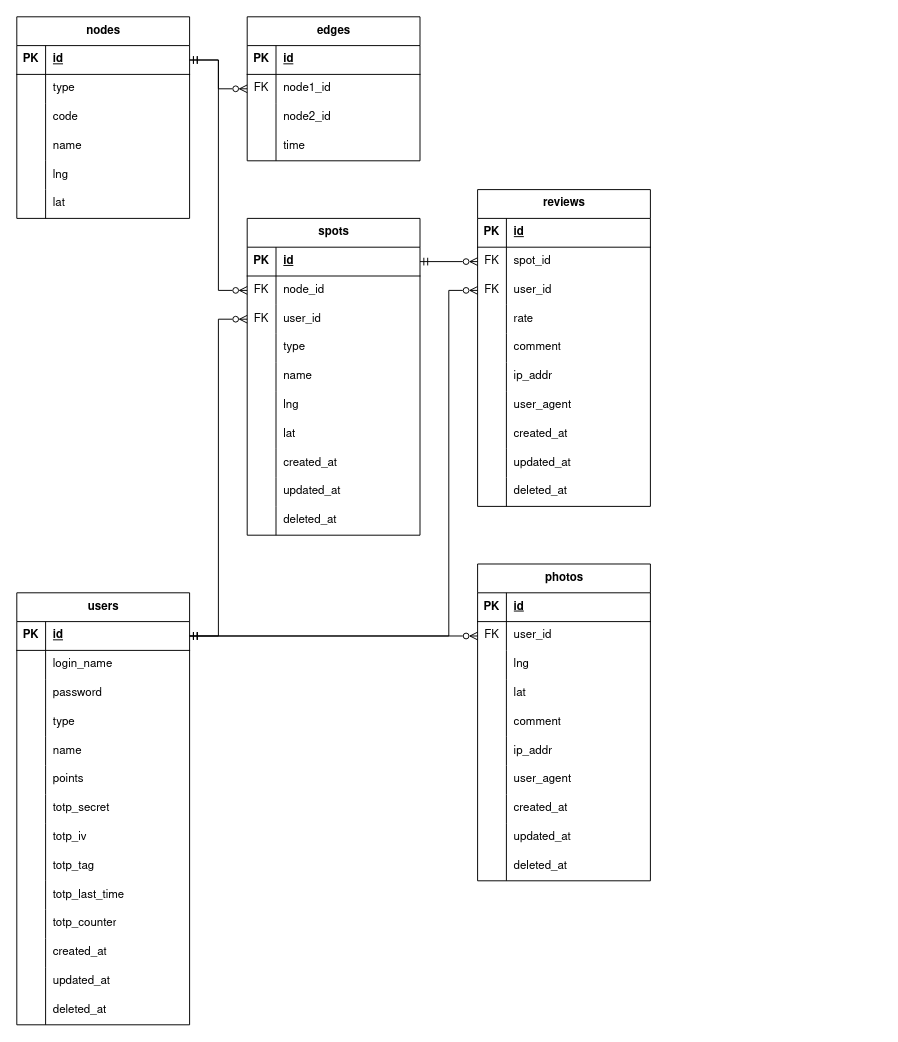
Above: docs/figure/gaibu-er.drawio in r02092/se2025 (draw.io), before the change. Source tidied: cells renumbered, new cells numbered last; positions are measured from the earlier drawing's top-left corner, leaving out a move shared by most shapes. Both pictures are drawn from the tidied source at 96%, with x=0, y=0 at pixel (16, 16).
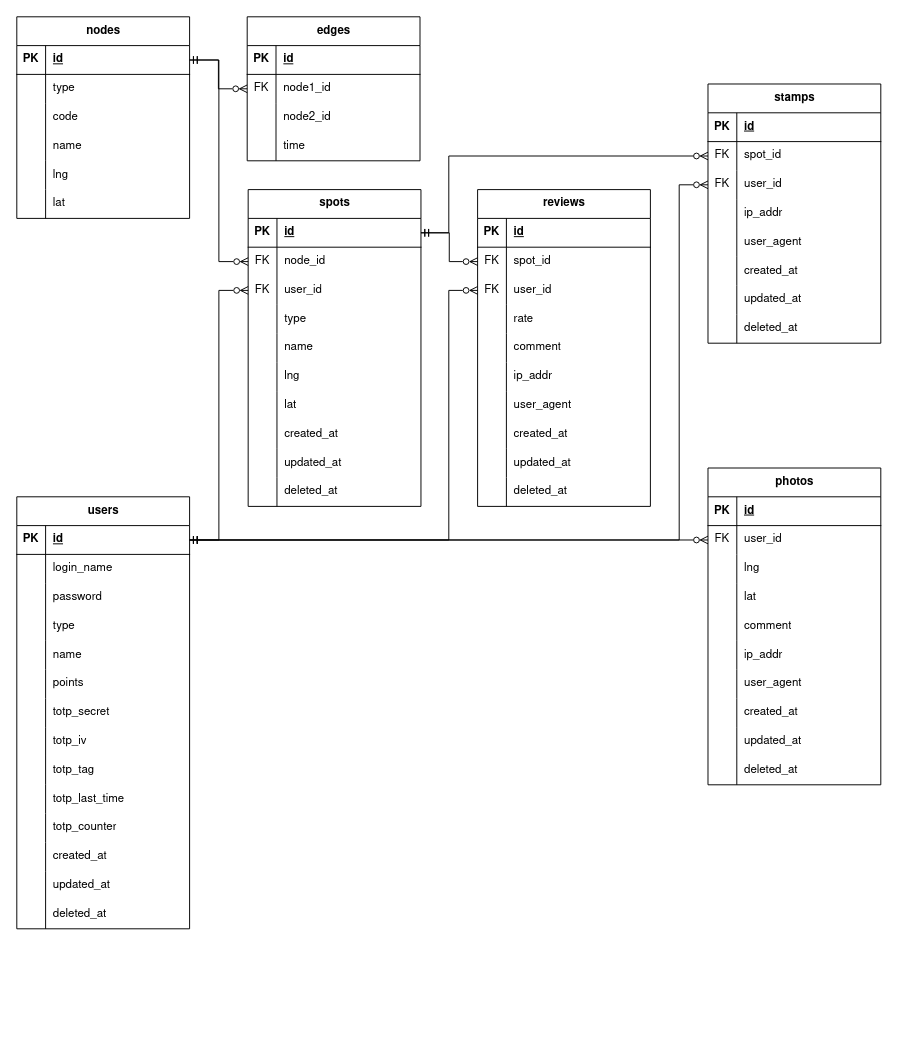
The same page after the edit.

The change refers to these unchanged cells:
```xml
<mxCell id="36" style="shape=tableRow;horizontal=0;startSize=0;swimlaneHead=0;swimlaneBody=0;fillColor=none;points=[[0,0.5],[1,0.5]];portConstraint=eastwest;top=0;left=0;right=0;bottom=1;fontFamily=Nimbus Sans;" parent="35" vertex="1">
  <mxGeometry y="30" width="180" height="30" as="geometry" />
</mxCell>
<mxCell id="42" style="shape=tableRow;horizontal=0;startSize=0;swimlaneHead=0;swimlaneBody=0;fillColor=none;points=[[0,0.5],[1,0.5]];portConstraint=eastwest;top=0;left=0;right=0;bottom=0;fontFamily=Nimbus Sans;" parent="35" vertex="1">
  <mxGeometry y="90" width="180" height="30" as="geometry" />
</mxCell>
<mxCell id="68" style="shape=tableRow;horizontal=0;startSize=0;swimlaneHead=0;swimlaneBody=0;fillColor=none;points=[[0,0.5],[1,0.5]];portConstraint=eastwest;top=0;left=0;right=0;bottom=1;fontFamily=Nimbus Sans;" parent="67" vertex="1">
  <mxGeometry y="30" width="180" height="30" as="geometry" />
</mxCell>
<mxCell id="114" style="shape=tableRow;horizontal=0;startSize=0;swimlaneHead=0;swimlaneBody=0;fillColor=none;points=[[0,0.5],[1,0.5]];portConstraint=eastwest;top=0;left=0;right=0;bottom=0;fontFamily=Nimbus Sans;" parent="110" vertex="1">
  <mxGeometry y="60" width="180" height="30" as="geometry" />
</mxCell>
<mxCell id="117" style="shape=tableRow;horizontal=0;startSize=0;swimlaneHead=0;swimlaneBody=0;fillColor=none;points=[[0,0.5],[1,0.5]];portConstraint=eastwest;top=0;left=0;right=0;bottom=0;fontFamily=Nimbus Sans;" parent="110" vertex="1">
  <mxGeometry y="90" width="180" height="30" as="geometry" />
</mxCell>
<mxCell id="146" style="shape=tableRow;horizontal=0;startSize=0;swimlaneHead=0;swimlaneBody=0;fillColor=none;points=[[0,0.5],[1,0.5]];portConstraint=eastwest;top=0;left=0;right=0;bottom=0;fontFamily=Nimbus Sans;" parent="142" vertex="1">
  <mxGeometry y="60" width="180" height="30" as="geometry" />
</mxCell>
```

The edit, as a diff of the source:
```diff
@@
     <mxCell id="35" value="spots" style="shape=table;startSize=30;childLayout=tableLayout;rowLines=0;fontStyle=1;align=center;html=1;fontFamily=Nimbus Sans;" parent="1" vertex="1">
-      <mxGeometry x="240" y="210" width="180" height="330" as="geometry" />
+      <mxGeometry x="241" y="180" width="180" height="330" as="geometry" />
     </mxCell>
@@
     <mxCell id="67" value="users" style="shape=table;startSize=30;childLayout=tableLayout;rowLines=0;fontStyle=1;align=center;html=1;fontFamily=Nimbus Sans;" parent="1" vertex="1">
-      <mxGeometry y="600" width="180" height="450" as="geometry" />
+      <mxGeometry y="500" width="180" height="450" as="geometry" />
     </mxCell>
@@
-    <mxCell id="141" style="edgeStyle=orthogonalEdgeStyle;rounded=0;jettySize=auto;html=1;exitX=1;exitY=0.5;exitDx=0;exitDy=0;entryX=0;entryY=0.5;entryDx=0;entryDy=0;startArrow=ERmandOne;startFill=0;endArrow=ERzeroToMany;endFill=0;fontFamily=Nimbus Sans;" parent="1" edge="1" source="36" target="114">
-      <mxGeometry relative="1" as="geometry" />
-    </mxCell>
     <mxCell id="142" value="photos" style="shape=table;startSize=30;childLayout=tableLayout;rowLines=0;fontStyle=1;align=center;html=1;fontFamily=Nimbus Sans;" parent="1" vertex="1">
-      <mxGeometry x="480" y="570" width="180" height="330" as="geometry" />
+      <mxGeometry x="720" y="470" width="180" height="330" as="geometry" />
     </mxCell>
@@
+    <mxCell id="174" style="edgeStyle=orthogonalEdgeStyle;rounded=0;jettySize=auto;html=1;exitX=1;exitY=0.5;exitDx=0;exitDy=0;entryX=0;entryY=0.5;entryDx=0;entryDy=0;startArrow=ERmandOne;startFill=0;endArrow=ERzeroToMany;endFill=0;fontFamily=Nimbus Sans;" parent="1" edge="1" source="68" target="42">
+      <mxGeometry relative="1" as="geometry" />
+    </mxCell>
+    <mxCell id="176" value="stamps" style="shape=table;startSize=30;childLayout=tableLayout;rowLines=0;fontStyle=1;align=center;html=1;fontFamily=Nimbus Sans;" parent="1" vertex="1">
+      <mxGeometry x="720" y="70" width="180" height="270" as="geometry" />
+    </mxCell>
+    <mxCell id="177" style="shape=tableRow;horizontal=0;startSize=0;swimlaneHead=0;swimlaneBody=0;fillColor=none;top=0;left=0;right=0;bottom=1;fontFamily=Nimbus Sans;" parent="176" vertex="1">
+      <mxGeometry y="30" width="180" height="30" as="geometry" />
+    </mxCell>
+    <mxCell id="178" value="PK" style="shape=partialRectangle;fillColor=none;top=0;left=0;bottom=0;right=0;fontStyle=1;overflow=hidden;whiteSpace=wrap;html=1;fontFamily=Nimbus Sans;" parent="177" vertex="1">
+      <mxGeometry width="30" height="30" as="geometry" />
+    </mxCell>
+    <mxCell id="179" value="id" style="shape=partialRectangle;fillColor=none;top=0;left=0;bottom=0;right=0;align=left;spacingLeft=6;fontStyle=5;overflow=hidden;whiteSpace=wrap;html=1;fontFamily=Nimbus Sans;" parent="177" vertex="1">
+      <mxGeometry x="30" width="150" height="30" as="geometry" />
+    </mxCell>
+    <mxCell id="180" style="shape=tableRow;horizontal=0;startSize=0;swimlaneHead=0;swimlaneBody=0;fillColor=none;points=[[0,0.5],[1,0.5]];portConstraint=eastwest;top=0;left=0;right=0;bottom=0;fontFamily=Nimbus Sans;" parent="176" vertex="1">
+      <mxGeometry y="60" width="180" height="30" as="geometry" />
+    </mxCell>
+    <mxCell id="181" value="FK" style="shape=partialRectangle;fillColor=none;top=0;left=0;bottom=0;right=0;overflow=hidden;whiteSpace=wrap;html=1;fontFamily=Nimbus Sans;" parent="180" vertex="1">
+      <mxGeometry width="30" height="30" as="geometry" />
+    </mxCell>
+    <mxCell id="182" value="spot_id" style="shape=partialRectangle;fillColor=none;top=0;left=0;bottom=0;right=0;align=left;spacingLeft=6;overflow=hidden;whiteSpace=wrap;html=1;fontFamily=Nimbus Sans;" parent="180" vertex="1">
+      <mxGeometry x="30" width="150" height="30" as="geometry" />
+    </mxCell>
+    <mxCell id="183" style="shape=tableRow;horizontal=0;startSize=0;swimlaneHead=0;swimlaneBody=0;fillColor=none;points=[[0,0.5],[1,0.5]];portConstraint=eastwest;top=0;left=0;right=0;bottom=0;fontFamily=Nimbus Sans;" parent="176" vertex="1">
+      <mxGeometry y="90" width="180" height="30" as="geometry" />
+    </mxCell>
+    <mxCell id="184" value="FK" style="shape=partialRectangle;fillColor=none;top=0;left=0;bottom=0;right=0;overflow=hidden;whiteSpace=wrap;html=1;fontFamily=Nimbus Sans;" parent="183" vertex="1">
+      <mxGeometry width="30" height="30" as="geometry" />
+    </mxCell>
+    <mxCell id="185" value="user_id" style="shape=partialRectangle;fillColor=none;top=0;left=0;bottom=0;right=0;align=left;spacingLeft=6;overflow=hidden;whiteSpace=wrap;html=1;fontFamily=Nimbus Sans;" parent="183" vertex="1">
+      <mxGeometry x="30" width="150" height="30" as="geometry" />
+    </mxCell>
+    <mxCell id="186" style="shape=tableRow;horizontal=0;startSize=0;swimlaneHead=0;swimlaneBody=0;fillColor=none;top=0;left=0;right=0;bottom=0;fontFamily=Nimbus Sans;" parent="176" vertex="1">
+      <mxGeometry y="120" width="180" height="30" as="geometry" />
+    </mxCell>
+    <mxCell id="187" style="shape=partialRectangle;fillColor=none;top=0;left=0;bottom=0;right=0;overflow=hidden;whiteSpace=wrap;html=1;fontFamily=Nimbus Sans;" parent="186" vertex="1">
+      <mxGeometry width="30" height="30" as="geometry" />
+    </mxCell>
+    <mxCell id="188" value="ip_addr" style="shape=partialRectangle;fillColor=none;top=0;left=0;bottom=0;right=0;align=left;spacingLeft=6;overflow=hidden;whiteSpace=wrap;html=1;fontFamily=Nimbus Sans;" parent="186" vertex="1">
+      <mxGeometry x="30" width="150" height="30" as="geometry" />
+    </mxCell>
+    <mxCell id="189" style="shape=tableRow;horizontal=0;startSize=0;swimlaneHead=0;swimlaneBody=0;fillColor=none;top=0;left=0;right=0;bottom=0;fontFamily=Nimbus Sans;" parent="176" vertex="1">
+      <mxGeometry y="150" width="180" height="30" as="geometry" />
+    </mxCell>
+    <mxCell id="190" style="shape=partialRectangle;fillColor=none;top=0;left=0;bottom=0;right=0;overflow=hidden;whiteSpace=wrap;html=1;fontFamily=Nimbus Sans;" parent="189" vertex="1">
+      <mxGeometry width="30" height="30" as="geometry" />
+    </mxCell>
+    <mxCell id="191" value="user_agent" style="shape=partialRectangle;fillColor=none;top=0;left=0;bottom=0;right=0;align=left;spacingLeft=6;overflow=hidden;whiteSpace=wrap;html=1;fontFamily=Nimbus Sans;" parent="189" vertex="1">
+      <mxGeometry x="30" width="150" height="30" as="geometry" />
+    </mxCell>
+    <mxCell id="192" style="shape=tableRow;horizontal=0;startSize=0;swimlaneHead=0;swimlaneBody=0;fillColor=none;top=0;left=0;right=0;bottom=0;fontFamily=Nimbus Sans;" parent="176" vertex="1">
+      <mxGeometry y="180" width="180" height="30" as="geometry" />
+    </mxCell>
+    <mxCell id="193" style="shape=partialRectangle;fillColor=none;top=0;left=0;bottom=0;right=0;overflow=hidden;whiteSpace=wrap;html=1;fontFamily=Nimbus Sans;" parent="192" vertex="1">
+      <mxGeometry width="30" height="30" as="geometry" />
+    </mxCell>
+    <mxCell id="194" value="&lt;div&gt;created_at&lt;/div&gt;" style="shape=partialRectangle;fillColor=none;top=0;left=0;bottom=0;right=0;align=left;spacingLeft=6;overflow=hidden;whiteSpace=wrap;html=1;fontFamily=Nimbus Sans;" parent="192" vertex="1">
+      <mxGeometry x="30" width="150" height="30" as="geometry" />
+    </mxCell>
+    <mxCell id="195" style="shape=tableRow;horizontal=0;startSize=0;swimlaneHead=0;swimlaneBody=0;fillColor=none;top=0;left=0;right=0;bottom=0;fontFamily=Nimbus Sans;" parent="176" vertex="1">
+      <mxGeometry y="210" width="180" height="30" as="geometry" />
+    </mxCell>
+    <mxCell id="196" style="shape=partialRectangle;fillColor=none;top=0;left=0;bottom=0;right=0;overflow=hidden;whiteSpace=wrap;html=1;fontFamily=Nimbus Sans;" parent="195" vertex="1">
+      <mxGeometry width="30" height="30" as="geometry" />
+    </mxCell>
+    <mxCell id="197" value="updated_at" style="shape=partialRectangle;fillColor=none;top=0;left=0;bottom=0;right=0;align=left;spacingLeft=6;overflow=hidden;whiteSpace=wrap;html=1;fontFamily=Nimbus Sans;" parent="195" vertex="1">
+      <mxGeometry x="30" width="150" height="30" as="geometry" />
+    </mxCell>
+    <mxCell id="198" style="shape=tableRow;horizontal=0;startSize=0;swimlaneHead=0;swimlaneBody=0;fillColor=none;top=0;left=0;right=0;bottom=0;fontFamily=Nimbus Sans;" parent="176" vertex="1">
+      <mxGeometry y="240" width="180" height="30" as="geometry" />
+    </mxCell>
+    <mxCell id="199" style="shape=partialRectangle;fillColor=none;top=0;left=0;bottom=0;right=0;overflow=hidden;whiteSpace=wrap;html=1;fontFamily=Nimbus Sans;" parent="198" vertex="1">
+      <mxGeometry width="30" height="30" as="geometry" />
+    </mxCell>
+    <mxCell id="200" value="deleted_at" style="shape=partialRectangle;fillColor=none;top=0;left=0;bottom=0;right=0;align=left;spacingLeft=6;overflow=hidden;whiteSpace=wrap;html=1;fontFamily=Nimbus Sans;" parent="198" vertex="1">
+      <mxGeometry x="30" width="150" height="30" as="geometry" />
+    </mxCell>
-    <mxCell id="173" style="edgeStyle=orthogonalEdgeStyle;rounded=0;jettySize=auto;html=1;exitX=1;exitY=0.5;exitDx=0;exitDy=0;entryX=0;entryY=0.5;entryDx=0;entryDy=0;startArrow=ERmandOne;startFill=0;endArrow=ERzeroToMany;endFill=0;fontFamily=Nimbus Sans;" parent="1" edge="1" source="68" target="146">
+    <mxCell id="173" style="edgeStyle=orthogonalEdgeStyle;rounded=0;jettySize=auto;html=1;exitX=1;exitY=0.5;exitDx=0;exitDy=0;startArrow=ERmandOne;startFill=0;endArrow=ERzeroToMany;endFill=0;" parent="1" edge="1" source="68" target="146">
       <mxGeometry relative="1" as="geometry" />
     </mxCell>
-    <mxCell id="174" style="edgeStyle=orthogonalEdgeStyle;rounded=0;jettySize=auto;html=1;exitX=1;exitY=0.5;exitDx=0;exitDy=0;entryX=0;entryY=0.5;entryDx=0;entryDy=0;startArrow=ERmandOne;startFill=0;endArrow=ERzeroToMany;endFill=0;fontFamily=Nimbus Sans;" parent="1" edge="1" source="68" target="42">
-      <mxGeometry relative="1" as="geometry" />
-    </mxCell>
+    <mxCell id="141" style="edgeStyle=orthogonalEdgeStyle;rounded=0;jettySize=auto;html=1;exitX=1;exitY=0.5;exitDx=0;exitDy=0;entryX=0;entryY=0.5;entryDx=0;entryDy=0;startArrow=ERmandOne;startFill=0;endArrow=ERzeroToMany;endFill=0;" parent="1" edge="1" source="36" target="114">
+      <mxGeometry relative="1" as="geometry" />
+    </mxCell>
+    <mxCell id="201" style="edgeStyle=orthogonalEdgeStyle;rounded=0;jettySize=auto;html=1;exitX=1;exitY=0.5;exitDx=0;exitDy=0;entryX=0;entryY=0.5;entryDx=0;entryDy=0;startArrow=ERmandOne;startFill=0;endArrow=ERzeroToMany;endFill=0;" parent="1" edge="1" source="36" target="180">
+      <mxGeometry relative="1" as="geometry">
+        <Array as="points">
+          <mxPoint x="450" y="225" />
+          <mxPoint x="450" y="145" />
+        </Array>
+      </mxGeometry>
+    </mxCell>
     <mxCell id="175" style="edgeStyle=orthogonalEdgeStyle;rounded=0;jettySize=auto;html=1;exitX=1;exitY=0.5;exitDx=0;exitDy=0;entryX=0;entryY=0.5;entryDx=0;entryDy=0;startArrow=ERmandOne;startFill=0;endArrow=ERzeroToMany;endFill=0;" parent="1" edge="1" source="68" target="117">
       <mxGeometry relative="1" as="geometry">
         <Array as="points">
-          <mxPoint x="450" y="645" />
+          <mxPoint x="450" y="545" />
           <mxPoint x="450" y="285" />
         </Array>
       </mxGeometry>
     </mxCell>
+    <mxCell id="202" style="edgeStyle=orthogonalEdgeStyle;rounded=0;jettySize=auto;html=1;exitX=1;exitY=0.5;exitDx=0;exitDy=0;entryX=0;entryY=0.5;entryDx=0;entryDy=0;startArrow=ERmandOne;startFill=0;endArrow=ERzeroToMany;endFill=0;" parent="1" edge="1" source="68" target="183">
+      <mxGeometry relative="1" as="geometry">
+        <Array as="points">
+          <mxPoint x="690" y="545" />
+          <mxPoint x="690" y="175" />
+        </Array>
+      </mxGeometry>
+    </mxCell>
```
